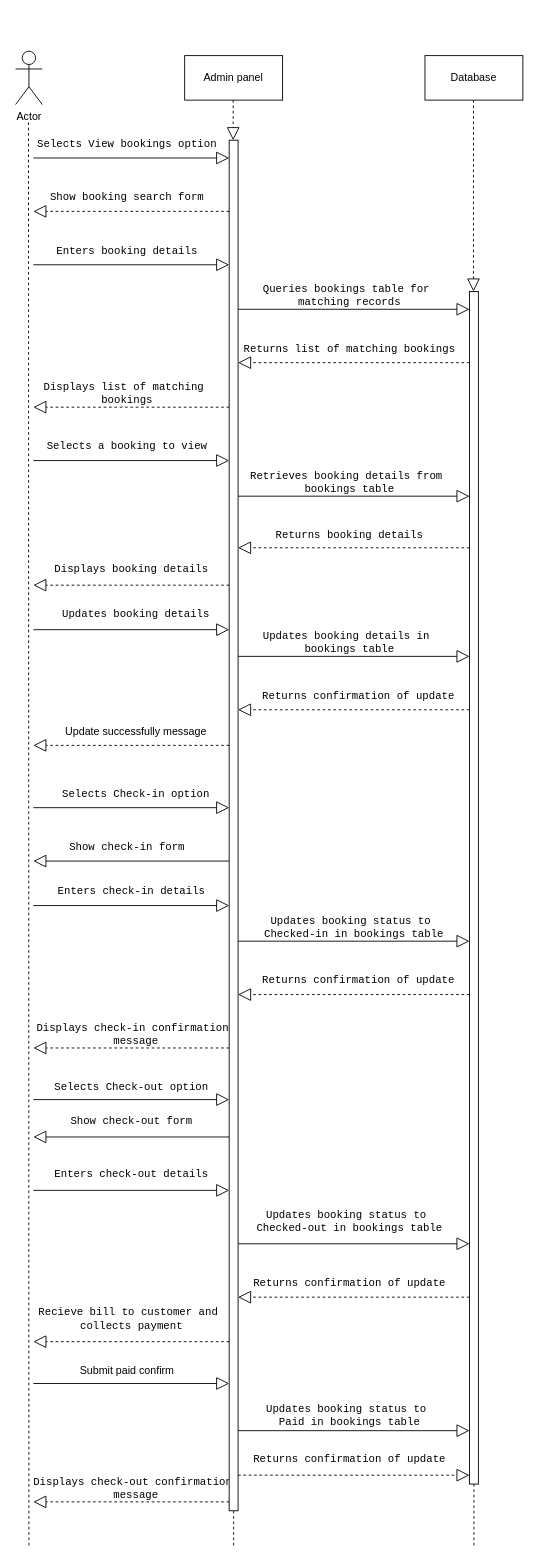
Earlier version of the draw.io diagram room booking management.drawio (CodeSithum/sequencediagram). Source tidied: cells renumbered, new cells numbered last; positions are measured from the earlier drawing's top-left corner, leaving out a move shared by most shapes. Both pictures are drawn from the tidied source at 89%, with x=0, y=0 at pixel (15, 51).
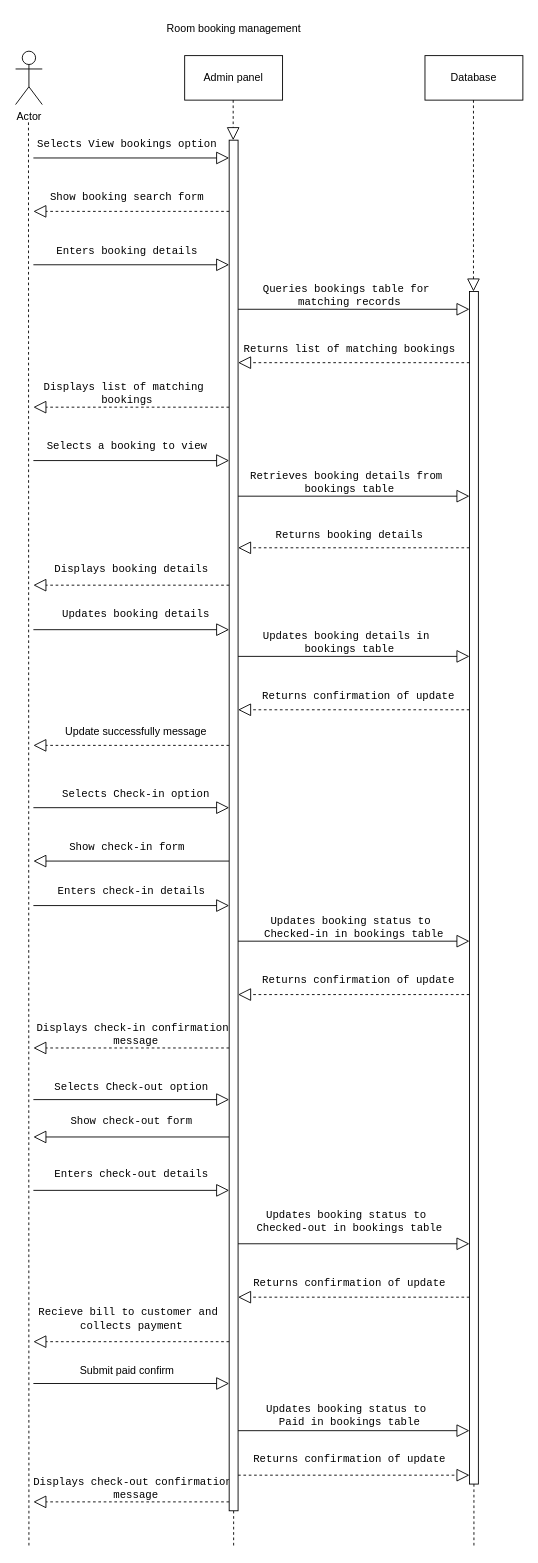
Above is the later version.

The edit, as a diff of the source:
```diff
@@
+    <mxCell id="72" value="Room booking management" style="text;html=1;align=center;verticalAlign=middle;strokeColor=none;fillColor=none;" parent="1" vertex="1">
+      <mxGeometry x="155" y="-40" width="180" height="30" as="geometry" />
+    </mxCell>
```
